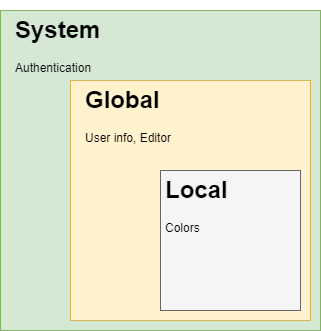
Earlier version of the draw.io export Assets/images/git_configuration_model.png (braboj/tutorial-git). Source tidied: cells renumbered, new cells last; positions are measured from the earlier drawing's top-left corner, leaving out a move shared by most shapes. The source it was exported from:
```xml
<mxGraphModel>
  <root>
    <mxCell id="0" />
    <mxCell id="1" parent="0" />
    <mxCell id="2" style="whiteSpace=wrap;html=1;fillColor=#d5e8d4;strokeColor=#82b366;" parent="1" vertex="1">
      <mxGeometry width="320" height="320" as="geometry" />
    </mxCell>
    <mxCell id="3" style="whiteSpace=wrap;html=1;fillColor=#fff2cc;strokeColor=#d6b656;" parent="1" vertex="1">
      <mxGeometry x="70" y="70" width="240" height="240" as="geometry" />
    </mxCell>
    <mxCell id="4" style="whiteSpace=wrap;html=1;fillColor=#f5f5f5;fontColor=#333333;strokeColor=#666666;" parent="1" vertex="1">
      <mxGeometry x="160" y="160" width="140" height="140" as="geometry" />
    </mxCell>
    <mxCell id="5" value="&lt;h1&gt;System&lt;/h1&gt;&lt;p&gt;Authentication&lt;/p&gt;" style="text;html=1;strokeColor=none;fillColor=none;spacing=5;spacingTop=-20;whiteSpace=wrap;overflow=hidden;rounded=0;" parent="1" vertex="1">
      <mxGeometry x="10" width="140" height="80" as="geometry" />
    </mxCell>
    <mxCell id="6" value="&lt;h1&gt;Global&lt;/h1&gt;&lt;p&gt;User info, Editor&lt;/p&gt;" style="text;html=1;strokeColor=none;fillColor=none;spacing=5;spacingTop=-20;whiteSpace=wrap;overflow=hidden;rounded=0;" parent="1" vertex="1">
      <mxGeometry x="80" y="70" width="140" height="80" as="geometry" />
    </mxCell>
    <mxCell id="7" value="&lt;h1&gt;Local&lt;/h1&gt;&lt;p&gt;Colors&lt;/p&gt;" style="text;html=1;strokeColor=none;fillColor=none;spacing=5;spacingTop=-20;whiteSpace=wrap;overflow=hidden;rounded=0;" parent="1" vertex="1">
      <mxGeometry x="160" y="160" width="140" height="80" as="geometry" />
    </mxCell>
  </root>
</mxGraphModel>
```
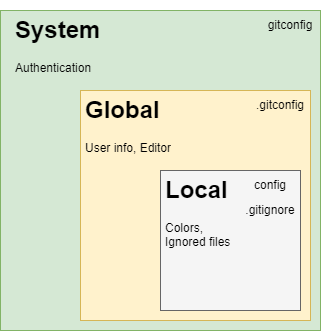
After the commit.

What changed in the source:
```diff
@@ -6,19 +6,31 @@
       <mxGeometry width="320" height="320" as="geometry" />
     </mxCell>
     <mxCell id="3" style="whiteSpace=wrap;html=1;fillColor=#fff2cc;strokeColor=#d6b656;" parent="1" vertex="1">
-      <mxGeometry x="70" y="70" width="240" height="240" as="geometry" />
+      <mxGeometry x="80" y="80" width="230" height="230" as="geometry" />
     </mxCell>
     <mxCell id="4" style="whiteSpace=wrap;html=1;fillColor=#f5f5f5;fontColor=#333333;strokeColor=#666666;" parent="1" vertex="1">
       <mxGeometry x="160" y="160" width="140" height="140" as="geometry" />
     </mxCell>
     <mxCell id="5" value="&lt;h1&gt;System&lt;/h1&gt;&lt;p&gt;Authentication&lt;/p&gt;" style="text;html=1;strokeColor=none;fillColor=none;spacing=5;spacingTop=-20;whiteSpace=wrap;overflow=hidden;rounded=0;" parent="1" vertex="1">
-      <mxGeometry x="10" width="140" height="80" as="geometry" />
+      <mxGeometry x="10" width="140" height="70" as="geometry" />
     </mxCell>
     <mxCell id="6" value="&lt;h1&gt;Global&lt;/h1&gt;&lt;p&gt;User info, Editor&lt;/p&gt;" style="text;html=1;strokeColor=none;fillColor=none;spacing=5;spacingTop=-20;whiteSpace=wrap;overflow=hidden;rounded=0;" parent="1" vertex="1">
-      <mxGeometry x="80" y="70" width="140" height="80" as="geometry" />
+      <mxGeometry x="80" y="80" width="140" height="80" as="geometry" />
     </mxCell>
-    <mxCell id="7" value="&lt;h1&gt;Local&lt;/h1&gt;&lt;p&gt;Colors&lt;/p&gt;" style="text;html=1;strokeColor=none;fillColor=none;spacing=5;spacingTop=-20;whiteSpace=wrap;overflow=hidden;rounded=0;" parent="1" vertex="1">
-      <mxGeometry x="160" y="160" width="140" height="80" as="geometry" />
+    <mxCell id="7" value="&lt;h1&gt;Local&lt;/h1&gt;&lt;p&gt;Colors, Ignored files&lt;/p&gt;" style="text;html=1;strokeColor=none;fillColor=none;spacing=5;spacingTop=-20;whiteSpace=wrap;overflow=hidden;rounded=0;" parent="1" vertex="1">
+      <mxGeometry x="160" y="160" width="90" height="80" as="geometry" />
     </mxCell>
+    <mxCell id="8" value="gitconfig" style="text;html=1;strokeColor=none;fillColor=none;align=center;verticalAlign=middle;whiteSpace=wrap;rounded=0;" parent="1" vertex="1">
+      <mxGeometry x="260" width="60" height="30" as="geometry" />
+    </mxCell>
+    <mxCell id="9" value=".gitconfig" style="text;html=1;strokeColor=none;fillColor=none;align=center;verticalAlign=middle;whiteSpace=wrap;rounded=0;" parent="1" vertex="1">
+      <mxGeometry x="250" y="80" width="60" height="30" as="geometry" />
+    </mxCell>
+    <mxCell id="10" value="config" style="text;html=1;strokeColor=none;fillColor=none;align=center;verticalAlign=middle;whiteSpace=wrap;rounded=0;" parent="1" vertex="1">
+      <mxGeometry x="240" y="160" width="60" height="30" as="geometry" />
+    </mxCell>
+    <mxCell id="11" value=".gitignore" style="text;html=1;strokeColor=none;fillColor=none;align=center;verticalAlign=middle;whiteSpace=wrap;rounded=0;" parent="1" vertex="1">
+      <mxGeometry x="240" y="185" width="60" height="30" as="geometry" />
+    </mxCell>
   </root>
 </mxGraphModel>
```
